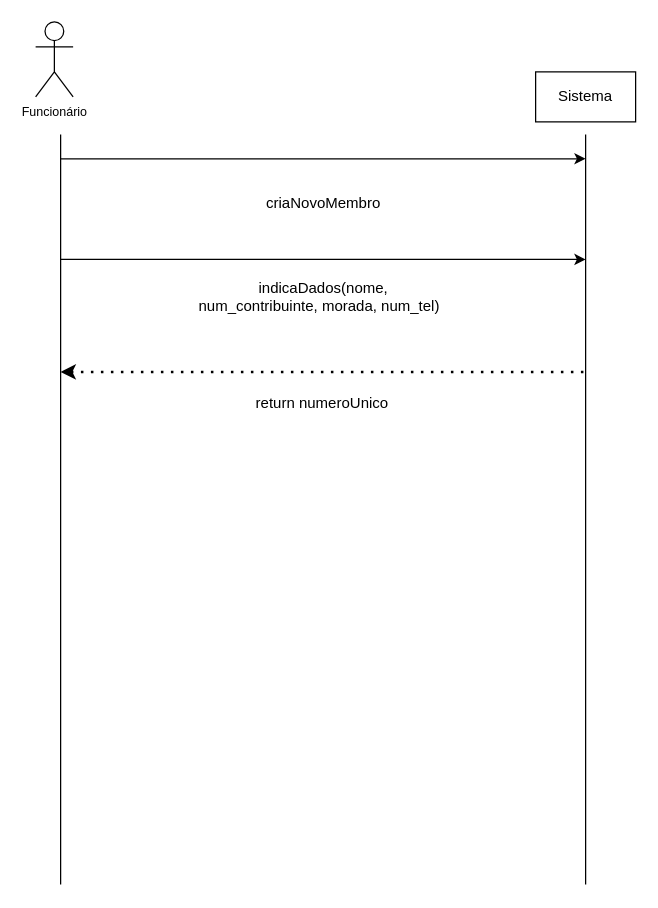
Earlier version of the draw.io diagram ssd1.drawio (luccamarshall/DCO). Source tidied: cells renumbered, new cells numbered last; positions are measured from the earlier drawing's top-left corner, leaving out a move shared by most shapes. Both pictures are drawn from the tidied source at 125%, with x=0, y=0 at pixel (35, 21).
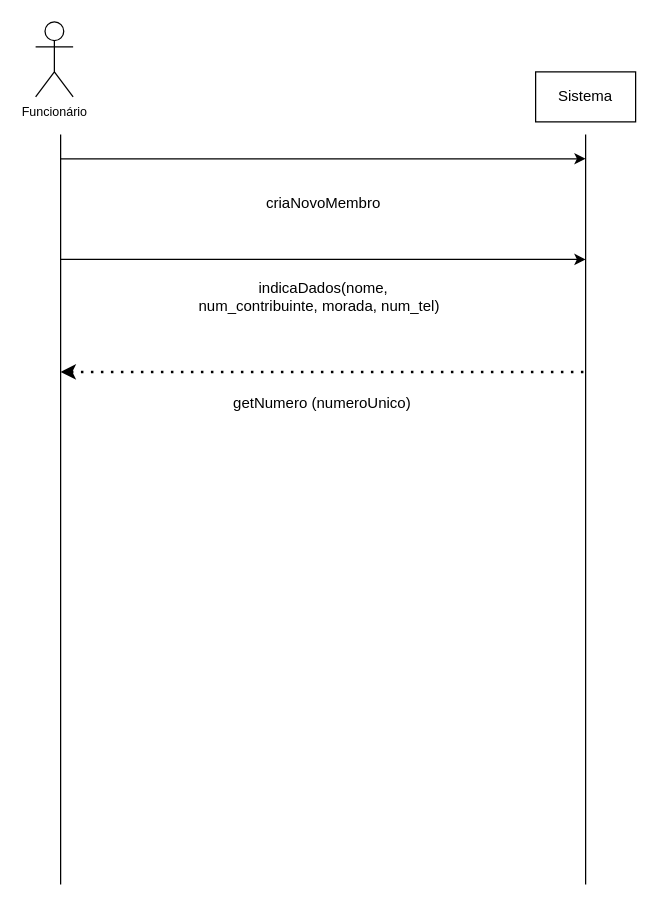
After the change.

Change to the diagram source:
```diff
@@
 <mxGraphModel>
   <root>
     <mxCell id="0" />
     <mxCell id="1" parent="0" />
     <mxCell id="2" value="&lt;sup&gt;Funcionário&lt;/sup&gt;" style="shape=umlActor;verticalLabelPosition=bottom;verticalAlign=top;html=1;" parent="1" vertex="1">
       <mxGeometry width="30" height="60" as="geometry" />
     </mxCell>
     <mxCell id="3" style="endArrow=none;html=1;rounded=0;" parent="1" edge="1">
       <mxGeometry relative="1" as="geometry">
         <mxPoint x="20" y="690" as="sourcePoint" />
         <mxPoint x="20" y="90" as="targetPoint" />
       </mxGeometry>
     </mxCell>
     <mxCell id="4" style="endArrow=classic;html=1;rounded=0;" parent="1" edge="1">
       <mxGeometry relative="1" as="geometry">
         <mxPoint x="20" y="190" as="sourcePoint" />
         <mxPoint x="440" y="190" as="targetPoint" />
       </mxGeometry>
     </mxCell>
     <mxCell id="5" value="indicaDados(nome,&lt;br/&gt;num_contribuinte, morada, num_tel)&amp;nbsp;&amp;nbsp;" style="text;html=1;align=center;verticalAlign=middle;strokeColor=none;fillColor=none;" parent="1" vertex="1">
       <mxGeometry x="120" y="200" width="220" height="40" as="geometry" />
     </mxCell>
     <mxCell id="6" style="endArrow=none;html=1;rounded=0;" parent="1" edge="1">
       <mxGeometry relative="1" as="geometry">
         <mxPoint x="440" y="690" as="sourcePoint" />
         <mxPoint x="440" y="90" as="targetPoint" />
       </mxGeometry>
     </mxCell>
     <mxCell id="7" style="endArrow=classic;html=1;rounded=0;" parent="1" edge="1">
       <mxGeometry relative="1" as="geometry">
         <mxPoint x="20" y="109.5" as="sourcePoint" />
         <mxPoint x="440" y="109.5" as="targetPoint" />
       </mxGeometry>
     </mxCell>
     <mxCell id="8" value="criaNovoMembro" style="text;html=1;align=center;verticalAlign=middle;strokeColor=none;fillColor=none;" parent="1" vertex="1">
       <mxGeometry x="175" y="130" width="110" height="30" as="geometry" />
     </mxCell>
     <mxCell id="9" style="endArrow=none;dashed=1;html=1;dashPattern=1 3;strokeWidth=2;rounded=0;startArrow=classic;startFill=1;" parent="1" edge="1">
       <mxGeometry relative="1" as="geometry">
         <mxPoint x="20" y="280" as="sourcePoint" />
         <mxPoint x="440" y="280" as="targetPoint" />
       </mxGeometry>
     </mxCell>
-    <mxCell id="10" value="return numeroUnico" style="text;html=1;align=center;verticalAlign=middle;strokeColor=none;fillColor=none;" parent="1" vertex="1">
-      <mxGeometry x="164" y="290" width="130" height="30" as="geometry" />
+    <mxCell id="10" value="getNumero (numeroUnico)" style="text;html=1;align=center;verticalAlign=middle;strokeColor=none;fillColor=none;" parent="1" vertex="1">
+      <mxGeometry x="144" y="290" width="170" height="30" as="geometry" />
     </mxCell>
     <mxCell id="11" value="Sistema" style="rounded=0;whiteSpace=wrap;html=1;" parent="1" vertex="1">
       <mxGeometry x="400" y="40" width="80" height="40" as="geometry" />
     </mxCell>
   </root>
 </mxGraphModel>
```
